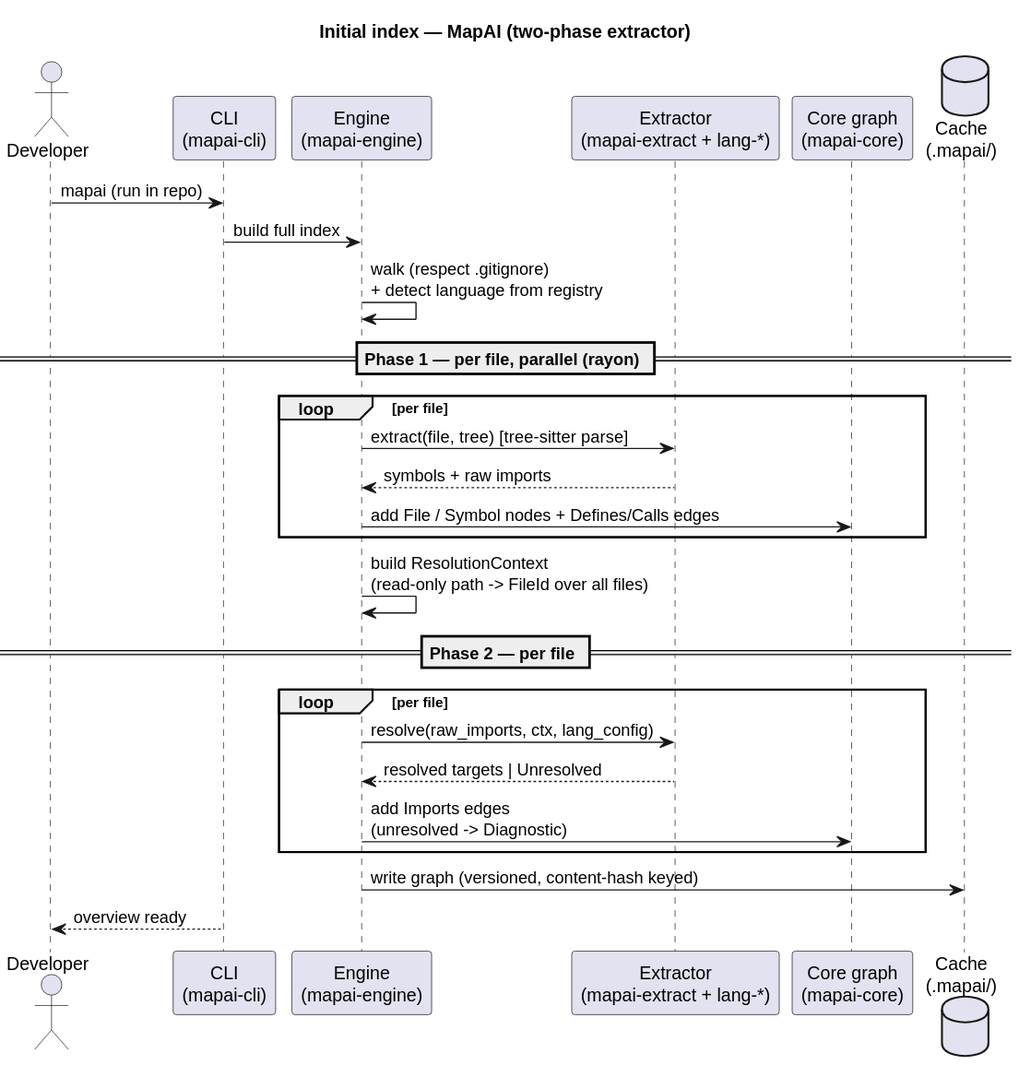
The PlantUML diagram docs/architecture/diagrams/flow-index.svg in QuirijnPolinoco/compass, before a commit. Source of this version:
```plantuml
@startuml
!pragma layout smetana
title Initial index — MapAI (two-phase extractor)

actor Developer as dev
participant "CLI\n(mapai-cli)" as cli
participant "Engine\n(mapai-engine)" as engine
participant "Extractor\n(mapai-extract + lang-*)" as ext
participant "Core graph\n(mapai-core)" as core
database "Cache\n(.mapai/)" as cache

dev -> cli : mapai (run in repo)
cli -> engine : build full index
engine -> engine : walk (respect .gitignore)\n+ detect language from registry

== Phase 1 — per file, parallel (rayon) ==
loop per file
  engine -> ext : extract(file, tree)  [tree-sitter parse]
  ext --> engine : symbols + raw imports
  engine -> core : add File / Symbol nodes + Defines/Calls edges
end

engine -> engine : build ResolutionContext\n(read-only path -> FileId over all files)

== Phase 2 — per file ==
loop per file
  engine -> ext : resolve(raw_imports, ctx, lang_config)
  ext --> engine : resolved targets | Unresolved
  engine -> core : add Imports edges\n(unresolved -> Diagnostic)
end

engine -> cache : write graph (versioned, content-hash keyed)
cli --> dev : overview ready
@enduml
```
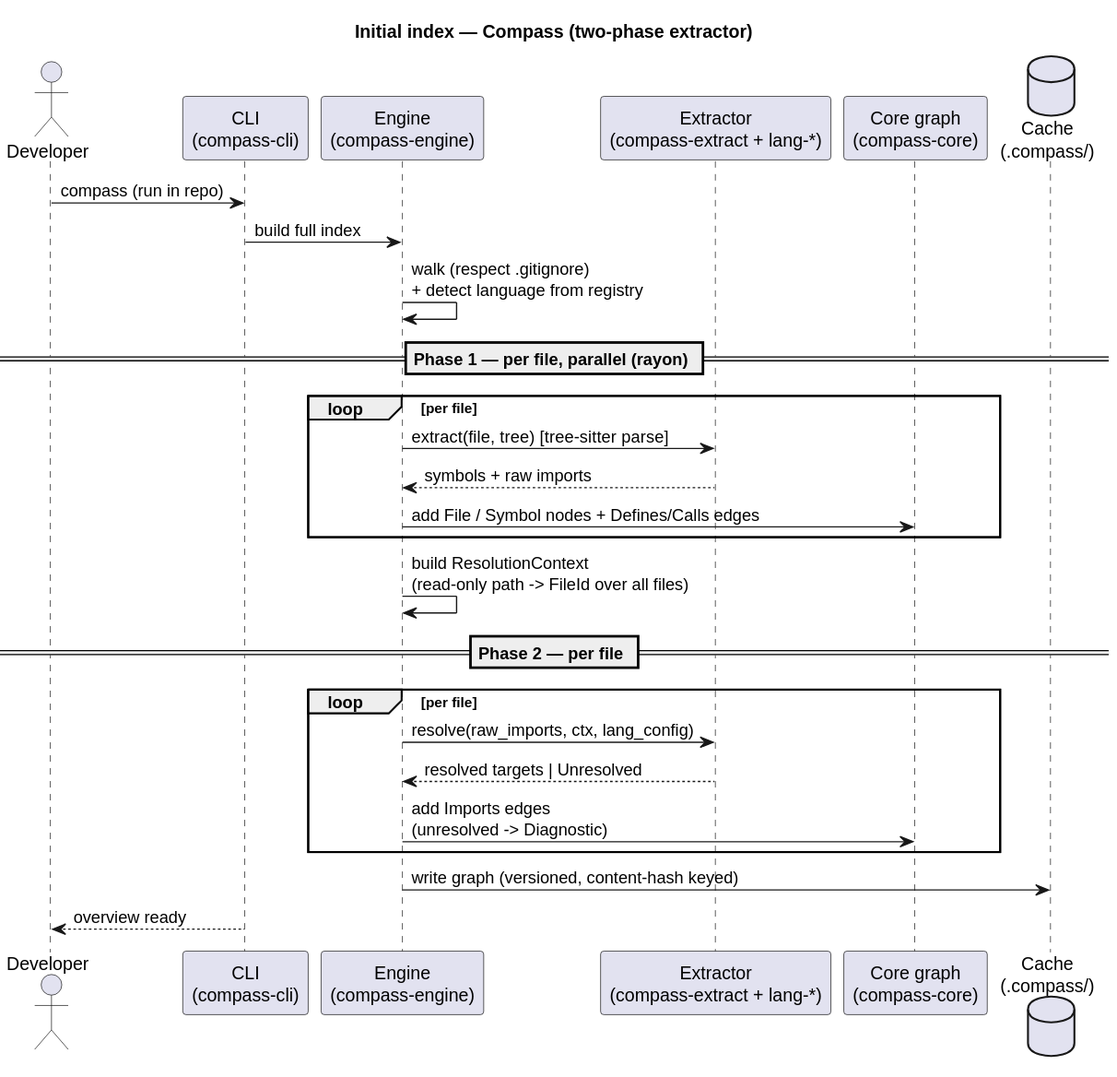
Above is the later version.

The edit, as a diff of the source:
```diff
@@ -1,15 +1,15 @@
 @startuml
 !pragma layout smetana
-title Initial index — MapAI (two-phase extractor)
+title Initial index — Compass (two-phase extractor)
 
 actor Developer as dev
-participant "CLI\n(mapai-cli)" as cli
-participant "Engine\n(mapai-engine)" as engine
-participant "Extractor\n(mapai-extract + lang-*)" as ext
-participant "Core graph\n(mapai-core)" as core
-database "Cache\n(.mapai/)" as cache
+participant "CLI\n(compass-cli)" as cli
+participant "Engine\n(compass-engine)" as engine
+participant "Extractor\n(compass-extract + lang-*)" as ext
+participant "Core graph\n(compass-core)" as core
+database "Cache\n(.compass/)" as cache
 
-dev -> cli : mapai (run in repo)
+dev -> cli : compass (run in repo)
 cli -> engine : build full index
 engine -> engine : walk (respect .gitignore)\n+ detect language from registry
 
```
